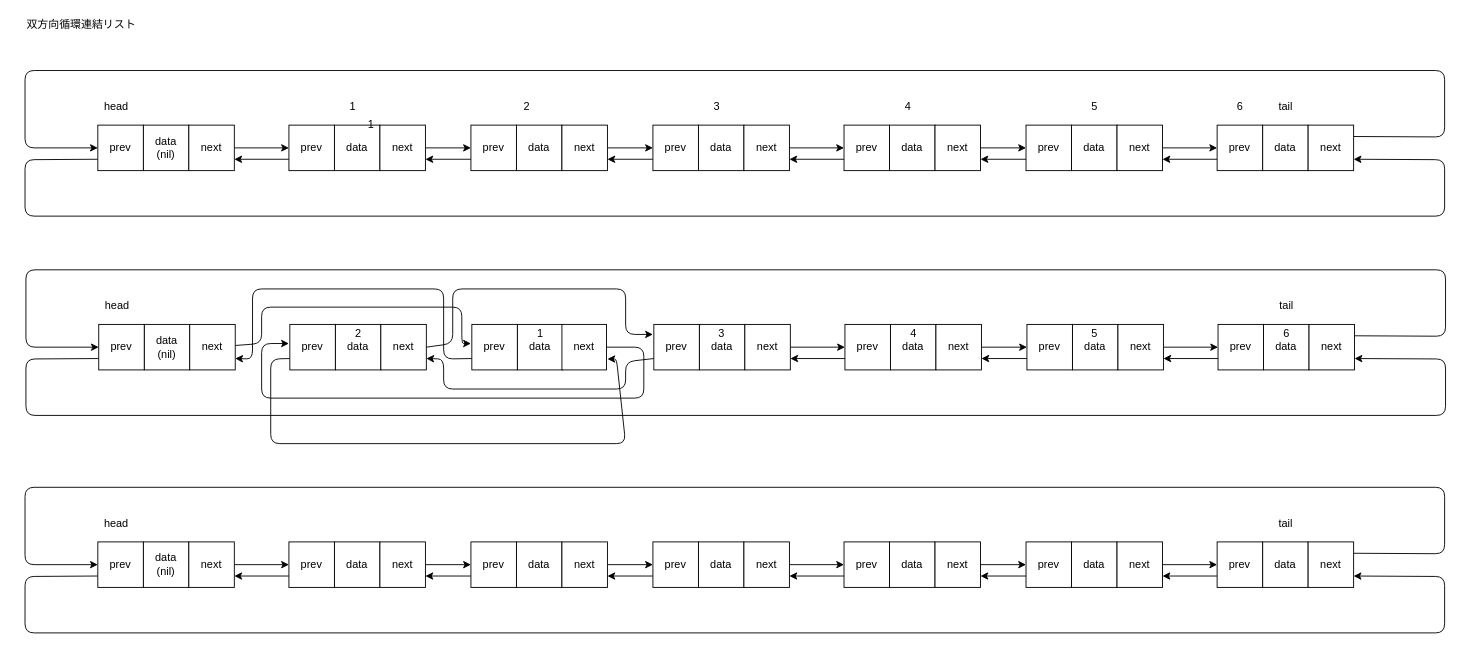
The draw.io diagram pushswap.drawio in Yoshifumi-Kitagawa-2/42_pushswap, before the edit. Source tidied: cells renumbered, new cells numbered last; positions are measured from the earlier drawing's top-left corner, leaving out a move shared by most shapes. Both pictures are drawn from the tidied source at 91%, with x=0, y=0 at pixel (25, 15).
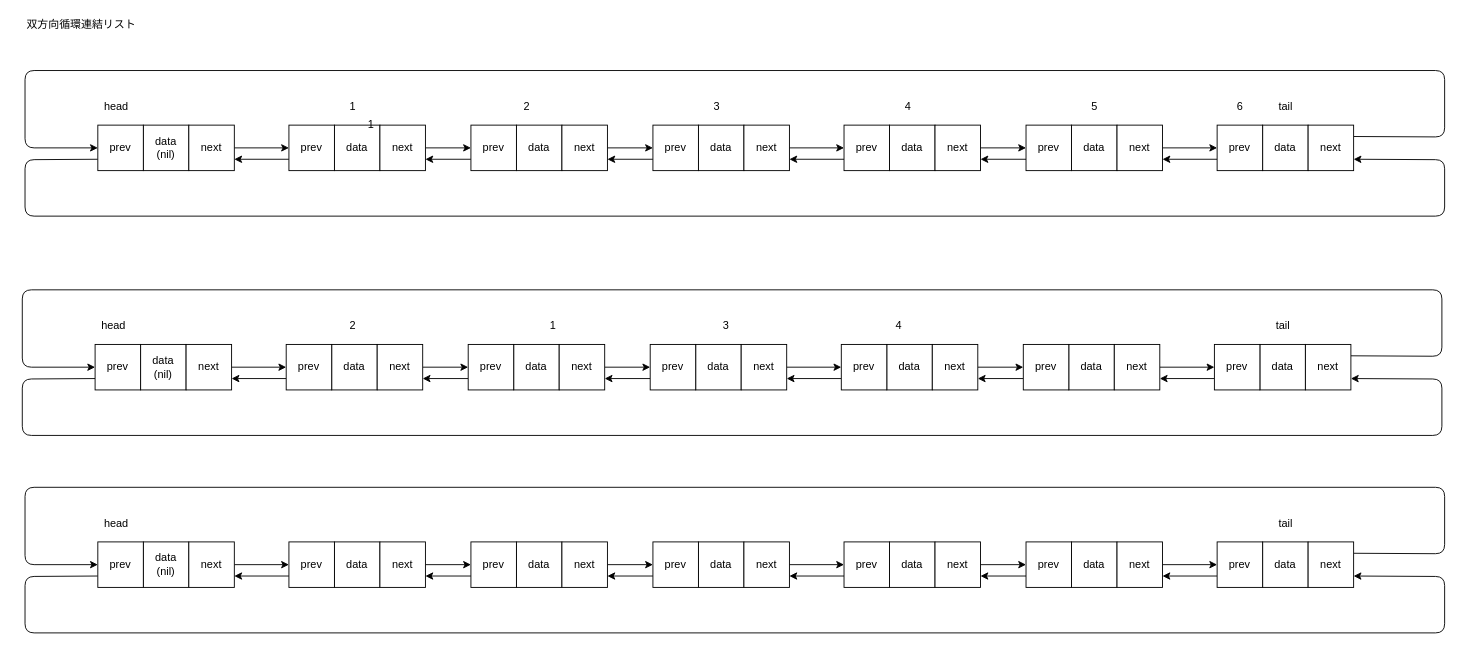
After the change.

What changed in the source:
```diff
@@
-    <mxCell id="40" value="data&lt;br&gt;(nil)" style="rounded=0;whiteSpace=wrap;html=1;" parent="1" vertex="1">
-      <mxGeometry x="131" y="339" width="50" height="50" as="geometry" />
-    </mxCell>
-    <mxCell id="41" style="edgeStyle=none;html=1;" parent="1" edge="1" source="42">
-      <mxGeometry relative="1" as="geometry">
-        <mxPoint x="490" y="360" as="targetPoint" />
-        <Array as="points">
-          <mxPoint x="260" y="360" />
-          <mxPoint x="260" y="320" />
-          <mxPoint x="480" y="320" />
-          <mxPoint x="480" y="360" />
-        </Array>
-      </mxGeometry>
-    </mxCell>
-    <mxCell id="42" value="next" style="rounded=0;whiteSpace=wrap;html=1;" parent="1" vertex="1">
-      <mxGeometry x="181" y="339" width="50" height="50" as="geometry" />
-    </mxCell>
-    <mxCell id="43" style="edgeStyle=none;html=1;exitX=0;exitY=0.75;exitDx=0;exitDy=0;entryX=1;entryY=0.75;entryDx=0;entryDy=0;" parent="1" edge="1" source="44" target="72">
-      <mxGeometry relative="1" as="geometry">
-        <Array as="points">
-          <mxPoint x="1" y="377" />
-          <mxPoint x="1" y="439" />
-          <mxPoint x="1561" y="439" />
-          <mxPoint x="1561" y="377" />
-        </Array>
-      </mxGeometry>
-    </mxCell>
-    <mxCell id="44" value="prev" style="rounded=0;whiteSpace=wrap;html=1;" parent="1" vertex="1">
-      <mxGeometry x="81" y="339" width="50" height="50" as="geometry" />
-    </mxCell>
-    <mxCell id="45" value="data" style="rounded=0;whiteSpace=wrap;html=1;" parent="1" vertex="1">
-      <mxGeometry x="341" y="339" width="50" height="50" as="geometry" />
-    </mxCell>
-    <mxCell id="46" style="edgeStyle=none;html=1;exitX=1;exitY=0.5;exitDx=0;exitDy=0;" parent="1" edge="1" source="47">
-      <mxGeometry relative="1" as="geometry">
-        <mxPoint x="690" y="350" as="targetPoint" />
-        <Array as="points">
-          <mxPoint x="470" y="360" />
-          <mxPoint x="470" y="300" />
-          <mxPoint x="660" y="300" />
-          <mxPoint x="660" y="350" />
-        </Array>
-      </mxGeometry>
-    </mxCell>
-    <mxCell id="47" value="next" style="rounded=0;whiteSpace=wrap;html=1;" parent="1" vertex="1">
-      <mxGeometry x="391" y="339" width="50" height="50" as="geometry" />
-    </mxCell>
-    <mxCell id="48" style="edgeStyle=none;html=1;exitX=0;exitY=0.75;exitDx=0;exitDy=0;" parent="1" edge="1" source="49">
-      <mxGeometry relative="1" as="geometry">
-        <mxPoint x="640" y="377" as="targetPoint" />
-        <Array as="points">
-          <mxPoint x="270" y="377" />
-          <mxPoint x="270" y="470" />
-          <mxPoint x="660" y="470" />
-          <mxPoint x="650" y="377" />
-        </Array>
-      </mxGeometry>
-    </mxCell>
-    <mxCell id="49" value="prev" style="rounded=0;whiteSpace=wrap;html=1;" parent="1" vertex="1">
-      <mxGeometry x="291" y="339" width="50" height="50" as="geometry" />
-    </mxCell>
-    <mxCell id="50" value="data" style="rounded=0;whiteSpace=wrap;html=1;" parent="1" vertex="1">
-      <mxGeometry x="541" y="339" width="50" height="50" as="geometry" />
-    </mxCell>
-    <mxCell id="51" style="edgeStyle=none;html=1;" parent="1" edge="1" source="52">
-      <mxGeometry relative="1" as="geometry">
-        <mxPoint x="290" y="360" as="targetPoint" />
-        <Array as="points">
-          <mxPoint x="680" y="364" />
-          <mxPoint x="680" y="420" />
-          <mxPoint x="260" y="420" />
-          <mxPoint x="260" y="360" />
-        </Array>
-      </mxGeometry>
-    </mxCell>
-    <mxCell id="52" value="next" style="rounded=0;whiteSpace=wrap;html=1;" parent="1" vertex="1">
-      <mxGeometry x="590" y="339" width="49" height="50" as="geometry" />
-    </mxCell>
-    <mxCell id="53" style="edgeStyle=none;html=1;exitX=0;exitY=0.75;exitDx=0;exitDy=0;entryX=1;entryY=0.75;entryDx=0;entryDy=0;" parent="1" edge="1" source="54" target="42">
-      <mxGeometry relative="1" as="geometry">
-        <Array as="points">
-          <mxPoint x="460" y="377" />
-          <mxPoint x="460" y="300" />
-          <mxPoint x="250" y="300" />
-          <mxPoint x="250" y="377" />
-        </Array>
-      </mxGeometry>
-    </mxCell>
-    <mxCell id="54" value="prev" style="rounded=0;whiteSpace=wrap;html=1;" parent="1" vertex="1">
-      <mxGeometry x="491" y="339" width="50" height="50" as="geometry" />
-    </mxCell>
-    <mxCell id="55" value="data" style="rounded=0;whiteSpace=wrap;html=1;" parent="1" vertex="1">
-      <mxGeometry x="741" y="339" width="50" height="50" as="geometry" />
-    </mxCell>
-    <mxCell id="56" style="edgeStyle=none;html=1;" parent="1" edge="1" source="57" target="64">
-      <mxGeometry relative="1" as="geometry" />
-    </mxCell>
-    <mxCell id="57" value="next" style="rounded=0;whiteSpace=wrap;html=1;" parent="1" vertex="1">
-      <mxGeometry x="791" y="339" width="50" height="50" as="geometry" />
-    </mxCell>
-    <mxCell id="58" style="edgeStyle=none;html=1;exitX=0;exitY=0.75;exitDx=0;exitDy=0;entryX=1;entryY=0.75;entryDx=0;entryDy=0;" parent="1" edge="1" source="59" target="47">
-      <mxGeometry relative="1" as="geometry">
-        <Array as="points">
-          <mxPoint x="660" y="380" />
-          <mxPoint x="660" y="410" />
-          <mxPoint x="460" y="410" />
-          <mxPoint x="460" y="377" />
-        </Array>
-      </mxGeometry>
-    </mxCell>
-    <mxCell id="59" value="prev" style="rounded=0;whiteSpace=wrap;html=1;" parent="1" vertex="1">
-      <mxGeometry x="691" y="339" width="50" height="50" as="geometry" />
-    </mxCell>
-    <mxCell id="60" value="data" style="rounded=0;whiteSpace=wrap;html=1;" parent="1" vertex="1">
-      <mxGeometry x="951" y="339" width="50" height="50" as="geometry" />
-    </mxCell>
-    <mxCell id="61" style="edgeStyle=none;html=1;entryX=0;entryY=0.5;entryDx=0;entryDy=0;" parent="1" edge="1" source="62" target="69">
-      <mxGeometry relative="1" as="geometry" />
-    </mxCell>
-    <mxCell id="62" value="next" style="rounded=0;whiteSpace=wrap;html=1;" parent="1" vertex="1">
-      <mxGeometry x="1001" y="339" width="50" height="50" as="geometry" />
-    </mxCell>
-    <mxCell id="63" style="edgeStyle=none;html=1;exitX=0;exitY=0.75;exitDx=0;exitDy=0;entryX=1;entryY=0.75;entryDx=0;entryDy=0;" parent="1" edge="1" source="64" target="57">
-      <mxGeometry relative="1" as="geometry" />
-    </mxCell>
-    <mxCell id="64" value="prev" style="rounded=0;whiteSpace=wrap;html=1;" parent="1" vertex="1">
-      <mxGeometry x="901" y="339" width="50" height="50" as="geometry" />
-    </mxCell>
-    <mxCell id="65" value="data" style="rounded=0;whiteSpace=wrap;html=1;" parent="1" vertex="1">
-      <mxGeometry x="1151" y="339" width="50" height="50" as="geometry" />
-    </mxCell>
-    <mxCell id="66" style="edgeStyle=none;html=1;" parent="1" edge="1" source="67" target="74">
-      <mxGeometry relative="1" as="geometry" />
-    </mxCell>
-    <mxCell id="67" value="next" style="rounded=0;whiteSpace=wrap;html=1;" parent="1" vertex="1">
-      <mxGeometry x="1201" y="339" width="50" height="50" as="geometry" />
-    </mxCell>
-    <mxCell id="68" style="edgeStyle=none;html=1;exitX=0;exitY=0.75;exitDx=0;exitDy=0;entryX=1;entryY=0.75;entryDx=0;entryDy=0;" parent="1" edge="1" source="69" target="62">
-      <mxGeometry relative="1" as="geometry" />
-    </mxCell>
-    <mxCell id="69" value="prev" style="rounded=0;whiteSpace=wrap;html=1;" parent="1" vertex="1">
-      <mxGeometry x="1101" y="339" width="50" height="50" as="geometry" />
-    </mxCell>
-    <mxCell id="70" value="data" style="rounded=0;whiteSpace=wrap;html=1;" parent="1" vertex="1">
-      <mxGeometry x="1361" y="339" width="50" height="50" as="geometry" />
-    </mxCell>
-    <mxCell id="71" style="edgeStyle=none;html=1;exitX=1;exitY=0.25;exitDx=0;exitDy=0;entryX=0;entryY=0.5;entryDx=0;entryDy=0;" parent="1" edge="1" source="72" target="44">
-      <mxGeometry relative="1" as="geometry">
-        <Array as="points">
-          <mxPoint x="1561" y="352" />
-          <mxPoint x="1561" y="279" />
-          <mxPoint x="1" y="279" />
-          <mxPoint x="1" y="364" />
-        </Array>
-      </mxGeometry>
-    </mxCell>
-    <mxCell id="72" value="next" style="rounded=0;whiteSpace=wrap;html=1;" parent="1" vertex="1">
-      <mxGeometry x="1411" y="339" width="50" height="50" as="geometry" />
-    </mxCell>
-    <mxCell id="73" style="edgeStyle=none;html=1;exitX=0;exitY=0.75;exitDx=0;exitDy=0;entryX=1;entryY=0.75;entryDx=0;entryDy=0;" parent="1" edge="1" source="74" target="67">
-      <mxGeometry relative="1" as="geometry" />
-    </mxCell>
-    <mxCell id="74" value="prev" style="rounded=0;whiteSpace=wrap;html=1;" parent="1" vertex="1">
-      <mxGeometry x="1311" y="339" width="50" height="50" as="geometry" />
-    </mxCell>
-    <mxCell id="75" value="head" style="text;html=1;align=center;verticalAlign=middle;strokeColor=none;fillColor=none;" parent="1" vertex="1">
-      <mxGeometry x="81" y="309" width="40" height="20" as="geometry" />
-    </mxCell>
-    <mxCell id="76" value="tail" style="text;html=1;align=center;verticalAlign=middle;strokeColor=none;fillColor=none;" parent="1" vertex="1">
-      <mxGeometry x="1371" y="309" width="30" height="20" as="geometry" />
-    </mxCell>
@@
+    <mxCell id="48" value="data&lt;br&gt;(nil)" style="rounded=0;whiteSpace=wrap;html=1;" parent="1" vertex="1">
+      <mxGeometry x="127" y="361" width="50" height="50" as="geometry" />
+    </mxCell>
+    <mxCell id="127" style="edgeStyle=none;html=1;" parent="1" edge="1" source="128" target="135">
+      <mxGeometry relative="1" as="geometry" />
+    </mxCell>
+    <mxCell id="128" value="next" style="rounded=0;whiteSpace=wrap;html=1;" parent="1" vertex="1">
+      <mxGeometry x="177" y="361" width="50" height="50" as="geometry" />
+    </mxCell>
+    <mxCell id="129" style="edgeStyle=none;html=1;exitX=0;exitY=0.75;exitDx=0;exitDy=0;entryX=1;entryY=0.75;entryDx=0;entryDy=0;" parent="1" edge="1" source="130" target="158">
+      <mxGeometry relative="1" as="geometry">
+        <Array as="points">
+          <mxPoint x="-3" y="399" />
+          <mxPoint x="-3" y="461" />
+          <mxPoint x="1557" y="461" />
+          <mxPoint x="1557" y="399" />
+        </Array>
+      </mxGeometry>
+    </mxCell>
+    <mxCell id="130" value="prev" style="rounded=0;whiteSpace=wrap;html=1;" parent="1" vertex="1">
+      <mxGeometry x="77" y="361" width="50" height="50" as="geometry" />
+    </mxCell>
+    <mxCell id="131" value="data" style="rounded=0;whiteSpace=wrap;html=1;" parent="1" vertex="1">
+      <mxGeometry x="337" y="361" width="50" height="50" as="geometry" />
+    </mxCell>
+    <mxCell id="132" style="edgeStyle=none;html=1;exitX=1;exitY=0.5;exitDx=0;exitDy=0;" parent="1" edge="1" source="133">
+      <mxGeometry relative="1" as="geometry">
+        <mxPoint x="487" y="386" as="targetPoint" />
+      </mxGeometry>
+    </mxCell>
+    <mxCell id="133" value="next" style="rounded=0;whiteSpace=wrap;html=1;" parent="1" vertex="1">
+      <mxGeometry x="387" y="361" width="50" height="50" as="geometry" />
+    </mxCell>
+    <mxCell id="134" style="edgeStyle=none;html=1;exitX=0;exitY=0.75;exitDx=0;exitDy=0;entryX=1;entryY=0.75;entryDx=0;entryDy=0;" parent="1" edge="1" source="135" target="128">
+      <mxGeometry relative="1" as="geometry" />
+    </mxCell>
+    <mxCell id="135" value="prev" style="rounded=0;whiteSpace=wrap;html=1;" parent="1" vertex="1">
+      <mxGeometry x="287" y="361" width="50" height="50" as="geometry" />
+    </mxCell>
+    <mxCell id="136" value="data" style="rounded=0;whiteSpace=wrap;html=1;" parent="1" vertex="1">
+      <mxGeometry x="537" y="361" width="50" height="50" as="geometry" />
+    </mxCell>
+    <mxCell id="137" style="edgeStyle=none;html=1;entryX=0;entryY=0.5;entryDx=0;entryDy=0;" parent="1" edge="1" source="138" target="145">
+      <mxGeometry relative="1" as="geometry" />
+    </mxCell>
+    <mxCell id="138" value="next" style="rounded=0;whiteSpace=wrap;html=1;" parent="1" vertex="1">
+      <mxGeometry x="587" y="361" width="50" height="50" as="geometry" />
+    </mxCell>
+    <mxCell id="139" style="edgeStyle=none;html=1;exitX=0;exitY=0.75;exitDx=0;exitDy=0;entryX=1;entryY=0.75;entryDx=0;entryDy=0;" parent="1" edge="1" source="140" target="133">
+      <mxGeometry relative="1" as="geometry" />
+    </mxCell>
+    <mxCell id="140" value="prev" style="rounded=0;whiteSpace=wrap;html=1;" parent="1" vertex="1">
+      <mxGeometry x="487" y="361" width="50" height="50" as="geometry" />
+    </mxCell>
+    <mxCell id="141" value="data" style="rounded=0;whiteSpace=wrap;html=1;" parent="1" vertex="1">
+      <mxGeometry x="737" y="361" width="50" height="50" as="geometry" />
+    </mxCell>
+    <mxCell id="142" style="edgeStyle=none;html=1;" parent="1" edge="1" source="143" target="150">
+      <mxGeometry relative="1" as="geometry" />
+    </mxCell>
+    <mxCell id="143" value="next" style="rounded=0;whiteSpace=wrap;html=1;" parent="1" vertex="1">
+      <mxGeometry x="787" y="361" width="50" height="50" as="geometry" />
+    </mxCell>
+    <mxCell id="144" style="edgeStyle=none;html=1;exitX=0;exitY=0.75;exitDx=0;exitDy=0;entryX=1;entryY=0.75;entryDx=0;entryDy=0;" parent="1" edge="1" source="145" target="138">
+      <mxGeometry relative="1" as="geometry" />
+    </mxCell>
+    <mxCell id="145" value="prev" style="rounded=0;whiteSpace=wrap;html=1;" parent="1" vertex="1">
+      <mxGeometry x="687" y="361" width="50" height="50" as="geometry" />
+    </mxCell>
+    <mxCell id="146" value="data" style="rounded=0;whiteSpace=wrap;html=1;" parent="1" vertex="1">
+      <mxGeometry x="947" y="361" width="50" height="50" as="geometry" />
+    </mxCell>
+    <mxCell id="147" style="edgeStyle=none;html=1;entryX=0;entryY=0.5;entryDx=0;entryDy=0;" parent="1" edge="1" source="148" target="155">
+      <mxGeometry relative="1" as="geometry" />
+    </mxCell>
+    <mxCell id="148" value="next" style="rounded=0;whiteSpace=wrap;html=1;" parent="1" vertex="1">
+      <mxGeometry x="997" y="361" width="50" height="50" as="geometry" />
+    </mxCell>
+    <mxCell id="149" style="edgeStyle=none;html=1;exitX=0;exitY=0.75;exitDx=0;exitDy=0;entryX=1;entryY=0.75;entryDx=0;entryDy=0;" parent="1" edge="1" source="150" target="143">
+      <mxGeometry relative="1" as="geometry" />
+    </mxCell>
+    <mxCell id="150" value="prev" style="rounded=0;whiteSpace=wrap;html=1;" parent="1" vertex="1">
+      <mxGeometry x="897" y="361" width="50" height="50" as="geometry" />
+    </mxCell>
+    <mxCell id="151" value="data" style="rounded=0;whiteSpace=wrap;html=1;" parent="1" vertex="1">
+      <mxGeometry x="1147" y="361" width="50" height="50" as="geometry" />
+    </mxCell>
+    <mxCell id="152" style="edgeStyle=none;html=1;" parent="1" edge="1" source="153" target="160">
+      <mxGeometry relative="1" as="geometry" />
+    </mxCell>
+    <mxCell id="153" value="next" style="rounded=0;whiteSpace=wrap;html=1;" parent="1" vertex="1">
+      <mxGeometry x="1197" y="361" width="50" height="50" as="geometry" />
+    </mxCell>
+    <mxCell id="154" style="edgeStyle=none;html=1;exitX=0;exitY=0.75;exitDx=0;exitDy=0;entryX=1;entryY=0.75;entryDx=0;entryDy=0;" parent="1" edge="1" source="155" target="148">
+      <mxGeometry relative="1" as="geometry" />
+    </mxCell>
+    <mxCell id="155" value="prev" style="rounded=0;whiteSpace=wrap;html=1;" parent="1" vertex="1">
+      <mxGeometry x="1097" y="361" width="50" height="50" as="geometry" />
+    </mxCell>
+    <mxCell id="156" value="data" style="rounded=0;whiteSpace=wrap;html=1;" parent="1" vertex="1">
+      <mxGeometry x="1357" y="361" width="50" height="50" as="geometry" />
+    </mxCell>
+    <mxCell id="157" style="edgeStyle=none;html=1;exitX=1;exitY=0.25;exitDx=0;exitDy=0;entryX=0;entryY=0.5;entryDx=0;entryDy=0;" parent="1" edge="1" source="158" target="130">
+      <mxGeometry relative="1" as="geometry">
+        <Array as="points">
+          <mxPoint x="1557" y="374" />
+          <mxPoint x="1557" y="301" />
+          <mxPoint x="-3" y="301" />
+          <mxPoint x="-3" y="386" />
+        </Array>
+      </mxGeometry>
+    </mxCell>
+    <mxCell id="158" value="next" style="rounded=0;whiteSpace=wrap;html=1;" parent="1" vertex="1">
+      <mxGeometry x="1407" y="361" width="50" height="50" as="geometry" />
+    </mxCell>
+    <mxCell id="159" style="edgeStyle=none;html=1;exitX=0;exitY=0.75;exitDx=0;exitDy=0;entryX=1;entryY=0.75;entryDx=0;entryDy=0;" parent="1" edge="1" source="160" target="153">
+      <mxGeometry relative="1" as="geometry" />
+    </mxCell>
+    <mxCell id="160" value="prev" style="rounded=0;whiteSpace=wrap;html=1;" parent="1" vertex="1">
+      <mxGeometry x="1307" y="361" width="50" height="50" as="geometry" />
+    </mxCell>
+    <mxCell id="75" value="head" style="text;html=1;align=center;verticalAlign=middle;strokeColor=none;fillColor=none;" parent="1" vertex="1">
+      <mxGeometry x="77" y="331" width="40" height="20" as="geometry" />
+    </mxCell>
+    <mxCell id="76" value="tail" style="text;html=1;align=center;verticalAlign=middle;strokeColor=none;fillColor=none;" parent="1" vertex="1">
+      <mxGeometry x="1367" y="331" width="30" height="20" as="geometry" />
+    </mxCell>
     <mxCell id="121" value="2" style="text;html=1;align=center;verticalAlign=middle;strokeColor=none;fillColor=none;" parent="1" vertex="1">
-      <mxGeometry x="356" y="339" width="20" height="20" as="geometry" />
+      <mxGeometry x="350" y="330" width="20" height="20" as="geometry" />
     </mxCell>
     <mxCell id="122" value="1" style="text;html=1;align=center;verticalAlign=middle;strokeColor=none;fillColor=none;" parent="1" vertex="1">
-      <mxGeometry x="556" y="339" width="20" height="20" as="geometry" />
+      <mxGeometry x="570" y="330" width="20" height="20" as="geometry" />
     </mxCell>
     <mxCell id="123" value="3" style="text;html=1;align=center;verticalAlign=middle;strokeColor=none;fillColor=none;" parent="1" vertex="1">
-      <mxGeometry x="755" y="339" width="20" height="20" as="geometry" />
+      <mxGeometry x="760" y="330" width="20" height="20" as="geometry" />
     </mxCell>
     <mxCell id="124" value="4" style="text;html=1;align=center;verticalAlign=middle;strokeColor=none;fillColor=none;" parent="1" vertex="1">
-      <mxGeometry x="966" y="339" width="20" height="20" as="geometry" />
+      <mxGeometry x="950" y="330" width="20" height="20" as="geometry" />
     </mxCell>
-    <mxCell id="125" value="5" style="text;html=1;align=center;verticalAlign=middle;strokeColor=none;fillColor=none;" parent="1" vertex="1">
-      <mxGeometry x="1165" y="339" width="20" height="20" as="geometry" />
-    </mxCell>
-    <mxCell id="126" value="6" style="text;html=1;align=center;verticalAlign=middle;strokeColor=none;fillColor=none;" parent="1" vertex="1">
-      <mxGeometry x="1376" y="339" width="20" height="20" as="geometry" />
-    </mxCell>
```
